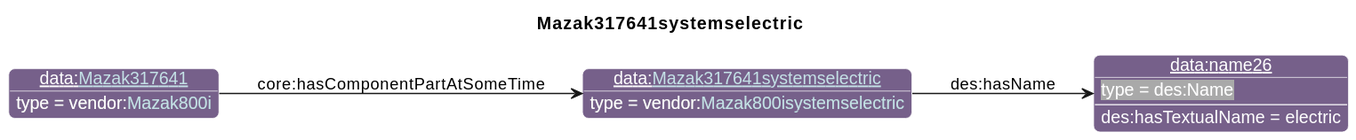
Earlier version of the PlantUML export diagrams/Mazak317641systemselectric.svg (iofoundry/example-syseng-mtconnect).
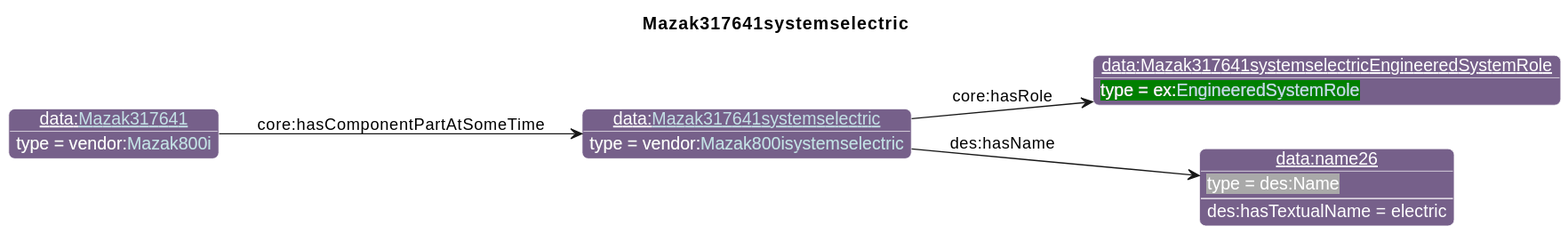
Above is the later version.

What changed in the source:
```diff
@@ -26,9 +26,11 @@
                       "qp":"641B2E"
       }
 individual(o0, data:[[./Mazak317641systemselectric.html Mazak317641systemselectric]], vendor:[[../Mazak.html#Mazak800isystemselectric Mazak800isystemselectric]])
-individual(o1, data:name26, des:Name)
-individual(o2, data:[[./Mazak317641.html Mazak317641]], vendor:[[../Mazak.html#Mazak800i Mazak800i]])
-property(o0, "des:hasName", o1)
-data(o1, "des:hasTextualName", "electric")
-property(o2, "core:hasComponentPartAtSomeTime", o0)
+individual(o1, data:Mazak317641systemselectricEngineeredSystemRole, ex:[[../Example.html#EngineeredSystemRole EngineeredSystemRole]])
+individual(o2, data:name26, des:Name)
+individual(o3, data:[[./Mazak317641.html Mazak317641]], vendor:[[../Mazak.html#Mazak800i Mazak800i]])
+property(o0, "core:hasRole", o1)
+property(o0, "des:hasName", o2)
+data(o2, "des:hasTextualName", "electric")
+property(o3, "core:hasComponentPartAtSomeTime", o0)
 @enduml
```
